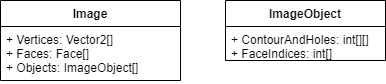
Before: images/Image.png, a diagram exported from draw.io (helviett/MasterThesis). Source tidied: cells renumbered, new cells last; positions are measured from the earlier drawing's top-left corner, leaving out a move shared by most shapes.
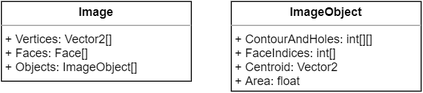
After the change.

The edit, as a diff of the source:
```diff
@@ -2,17 +2,11 @@
   <root>
     <mxCell id="0" />
     <mxCell id="1" parent="0" />
-    <mxCell id="2" value="Image&#10;" style="swimlane;fontStyle=1;align=center;verticalAlign=top;horizontal=1;startSize=26;" parent="1" vertex="1">
-      <mxGeometry width="180" height="80" as="geometry" />
-    </mxCell>
-    <mxCell id="3" value="+ Vertices: Vector2[]&#10;+ Faces: Face[]&#10;+ Objects: ImageObject[]&#10;" style="text;strokeColor=none;fillColor=none;align=left;verticalAlign=top;spacingLeft=4;spacingRight=4;overflow=hidden;" parent="2" vertex="1">
-      <mxGeometry y="26" width="180" height="54" as="geometry" />
-    </mxCell>
-    <mxCell id="4" value="ImageObject" style="swimlane;fontStyle=1;align=center;verticalAlign=top;horizontal=1;startSize=26;" parent="1" vertex="1">
-      <mxGeometry x="225" width="160" height="60" as="geometry" />
-    </mxCell>
-    <mxCell id="5" value="+ ContourAndHoles: int[][]&#10;+ FaceIndices: int[]" style="text;strokeColor=none;fillColor=none;align=left;verticalAlign=top;spacingLeft=4;spacingRight=4;overflow=hidden;" parent="4" vertex="1">
-      <mxGeometry y="26" width="160" height="34" as="geometry" />
-    </mxCell>
+    <mxCell id="6" value="&lt;p style=&quot;margin: 0px ; margin-top: 4px ; text-align: center&quot;&gt;&lt;b&gt;Image&lt;/b&gt;&lt;/p&gt;&lt;hr size=&quot;1&quot;&gt;&lt;p style=&quot;margin: 0px ; margin-left: 4px&quot;&gt;+ Vertices: Vector2[]&lt;br&gt;+ Faces: Face[]&lt;/p&gt;&lt;p style=&quot;margin: 0px ; margin-left: 4px&quot;&gt;+ Objects: ImageObject[]&lt;/p&gt;&lt;p style=&quot;margin: 0px ; margin-left: 4px&quot;&gt;&lt;br&gt;&lt;/p&gt;" style="verticalAlign=top;align=left;overflow=fill;fontSize=12;fontFamily=Helvetica;html=1;rounded=0;shadow=0;comic=0;labelBackgroundColor=none;strokeWidth=1;" parent="1" vertex="1">
+      <mxGeometry x="50" y="-1120" width="190" height="80" as="geometry" />
+    </mxCell>
+    <mxCell id="7" value="&lt;p style=&quot;margin: 0px ; margin-top: 4px ; text-align: center&quot;&gt;&lt;b&gt;ImageObject&lt;/b&gt;&lt;/p&gt;&lt;hr size=&quot;1&quot;&gt;&lt;p style=&quot;margin: 0px ; margin-left: 4px&quot;&gt;+ ContourAndHoles: int[][]&lt;br&gt;+ FaceIndices: int[]&lt;/p&gt;&lt;p style=&quot;margin: 0px ; margin-left: 4px&quot;&gt;+ Centroid: Vector2&lt;/p&gt;&lt;p style=&quot;margin: 0px ; margin-left: 4px&quot;&gt;+ Area: float&lt;/p&gt;" style="verticalAlign=top;align=left;overflow=fill;fontSize=12;fontFamily=Helvetica;html=1;rounded=0;shadow=0;comic=0;labelBackgroundColor=none;strokeWidth=1;" parent="1" vertex="1">
+      <mxGeometry x="280" y="-1120" width="190" height="90" as="geometry" />
+    </mxCell>
   </root>
 </mxGraphModel>
```
